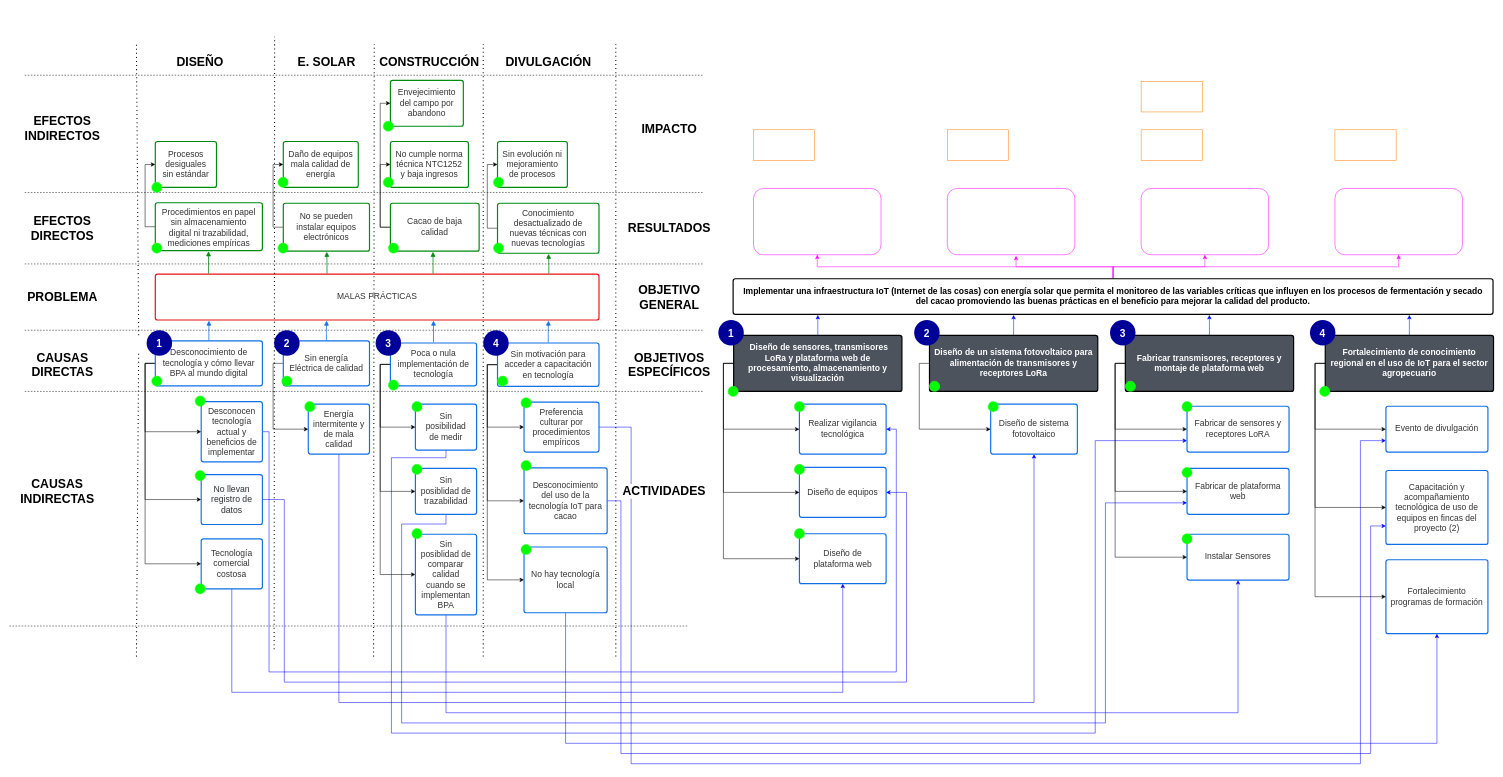
This is page "Arbol de problemas" (1 of 2) of Diagrama sin título.drawio from LeonDV/documentacion, a draw.io file, before an edit. Source tidied: cells renumbered, new cells numbered last; positions are measured from the earlier drawing's top-left corner, leaving out a move shared by most shapes. Both pictures are drawn from the tidied source at 51%, with x=0, y=0 at pixel (9, 36).
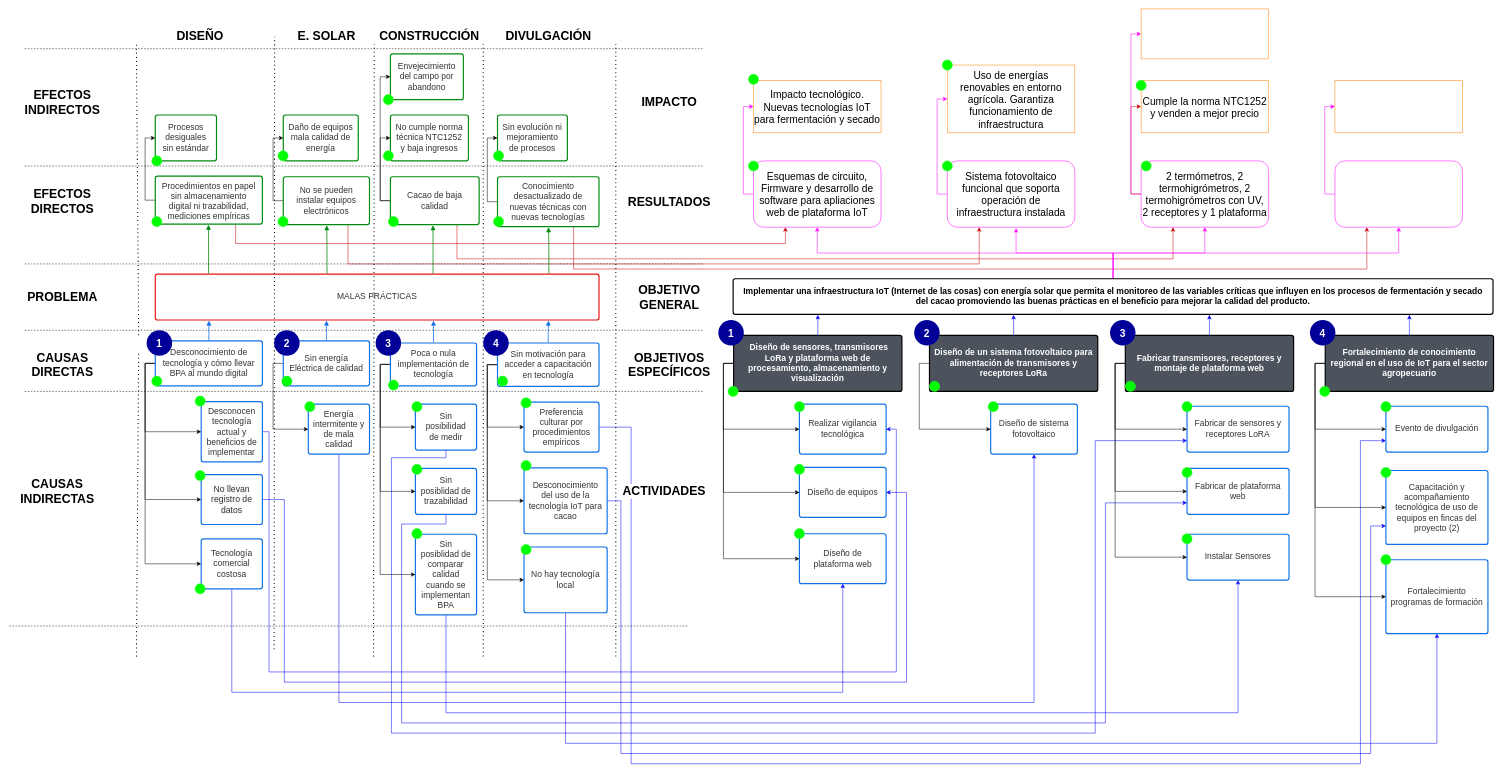
After the change.

Change to the diagram source:
```diff
@@
+    <mxCell id="173" style="edgeStyle=orthogonalEdgeStyle;rounded=0;jettySize=auto;html=1;exitX=0.75;exitY=1;exitDx=0;exitDy=0;entryX=0.25;entryY=1;entryDx=0;entryDy=0;strokeColor=#CC0000;fontFamily=Helvetica;fontSize=12;fontColor=default;" parent="1" edge="1" source="34" target="125">
+      <mxGeometry relative="1" as="geometry">
+        <Array as="points">
+          <mxPoint x="445" y="406" />
+          <mxPoint x="1523" y="406" />
+        </Array>
+      </mxGeometry>
+    </mxCell>
     <mxCell id="34" value="Procedimientos en papel sin almacenamiento digital ni trazabilidad, mediciones empíricas" style="html=1;overflow=block;blockSpacing=1;whiteSpace=wrap;fontSize=16.7;fontColor=#333333;align=center;spacing=9;strokeColor=#008a0e;strokeOpacity=100;rounded=1;absoluteArcSize=1;arcSize=9;strokeWidth=2.3;" parent="1" vertex="1">
-      <mxGeometry x="287" y="326" width="210" height="94" as="geometry" />
+      <mxGeometry x="287" y="274" width="210" height="94" as="geometry" />
     </mxCell>
@@
+    <mxCell id="174" style="edgeStyle=orthogonalEdgeStyle;rounded=0;jettySize=auto;html=1;exitX=0.75;exitY=1;exitDx=0;exitDy=0;entryX=0.25;entryY=1;entryDx=0;entryDy=0;strokeColor=#CC0000;fontFamily=Helvetica;fontSize=12;fontColor=default;" parent="1" edge="1" source="36" target="126">
+      <mxGeometry relative="1" as="geometry">
+        <Array as="points">
+          <mxPoint x="665" y="446" />
+          <mxPoint x="1903" y="446" />
+        </Array>
+      </mxGeometry>
+    </mxCell>
     <mxCell id="36" value="No se pueden instalar equipos electrónicos" style="html=1;overflow=block;blockSpacing=1;whiteSpace=wrap;fontSize=16.7;fontColor=#333333;align=center;spacing=9;strokeColor=#008a0e;strokeOpacity=100;rounded=1;absoluteArcSize=1;arcSize=9;strokeWidth=2.3;" parent="1" vertex="1">
-      <mxGeometry x="538" y="327" width="169" height="94" as="geometry" />
+      <mxGeometry x="538" y="275" width="169" height="94" as="geometry" />
     </mxCell>
@@
+    <mxCell id="175" style="edgeStyle=orthogonalEdgeStyle;rounded=0;jettySize=auto;html=1;exitX=0.75;exitY=1;exitDx=0;exitDy=0;entryX=0.25;entryY=1;entryDx=0;entryDy=0;strokeColor=#CC0000;fontFamily=Helvetica;fontSize=12;fontColor=default;" parent="1" edge="1" source="39" target="127">
+      <mxGeometry relative="1" as="geometry">
+        <Array as="points">
+          <mxPoint x="878" y="436" />
+          <mxPoint x="2283" y="436" />
+        </Array>
+      </mxGeometry>
+    </mxCell>
     <mxCell id="39" value="Cacao de baja calidad" style="html=1;overflow=block;blockSpacing=1;whiteSpace=wrap;fontSize=16.7;fontColor=#333333;align=center;spacing=9;strokeColor=#008a0e;strokeOpacity=100;rounded=1;absoluteArcSize=1;arcSize=9;strokeWidth=2.3;" parent="1" vertex="1">
-      <mxGeometry x="748" y="327" width="174" height="94" as="geometry" />
+      <mxGeometry x="748" y="275" width="174" height="94" as="geometry" />
     </mxCell>
@@
+    <mxCell id="176" style="edgeStyle=orthogonalEdgeStyle;rounded=0;jettySize=auto;html=1;exitX=0.75;exitY=1;exitDx=0;exitDy=0;entryX=0.25;entryY=1;entryDx=0;entryDy=0;strokeColor=#CC0000;fontFamily=Helvetica;fontSize=12;fontColor=default;" parent="1" edge="1" source="41" target="128">
+      <mxGeometry relative="1" as="geometry">
+        <Array as="points">
+          <mxPoint x="1107" y="456" />
+          <mxPoint x="2663" y="456" />
+        </Array>
+      </mxGeometry>
+    </mxCell>
     <mxCell id="41" value="Conocimiento desactualizado de nuevas técnicas con nuevas tecnologías" style="html=1;overflow=block;blockSpacing=1;whiteSpace=wrap;fontSize=16.7;fontColor=#333333;align=center;spacing=9;strokeColor=#008a0e;strokeOpacity=100;rounded=1;absoluteArcSize=1;arcSize=9;strokeWidth=2.3;" parent="1" vertex="1">
-      <mxGeometry x="958" y="327" width="199" height="98" as="geometry" />
+      <mxGeometry x="958" y="275" width="199" height="98" as="geometry" />
     </mxCell>
@@
     <mxCell id="46" value="Procesos desiguales sin estándar" style="html=1;overflow=block;blockSpacing=1;whiteSpace=wrap;fontSize=16.7;fontColor=#333333;align=center;spacing=9;strokeColor=#008a0e;strokeOpacity=100;rounded=1;absoluteArcSize=1;arcSize=9;strokeWidth=2.3;" parent="1" vertex="1">
-      <mxGeometry x="287" y="206" width="120" height="90" as="geometry" />
+      <mxGeometry x="287" y="154" width="120" height="90" as="geometry" />
     </mxCell>
     <mxCell id="47" value="Daño de equipos mala calidad de energía" style="html=1;overflow=block;blockSpacing=1;whiteSpace=wrap;fontSize=16.7;fontColor=#333333;align=center;spacing=9;strokeColor=#008a0e;strokeOpacity=100;rounded=1;absoluteArcSize=1;arcSize=9;strokeWidth=2.3;" parent="1" vertex="1">
-      <mxGeometry x="538" y="206" width="147" height="90" as="geometry" />
+      <mxGeometry x="538" y="154" width="147" height="90" as="geometry" />
     </mxCell>
     <mxCell id="48" value="No cumple norma técnica NTC1252 y baja ingresos" style="html=1;overflow=block;blockSpacing=1;whiteSpace=wrap;fontSize=16.7;fontColor=#333333;align=center;spacing=9;strokeColor=#008a0e;strokeOpacity=100;rounded=1;absoluteArcSize=1;arcSize=9;strokeWidth=2.3;" parent="1" vertex="1">
-      <mxGeometry x="748" y="206" width="153" height="90" as="geometry" />
+      <mxGeometry x="748" y="154" width="153" height="90" as="geometry" />
     </mxCell>
     <mxCell id="49" value="Sin evolución ni mejoramiento de procesos" style="html=1;overflow=block;blockSpacing=1;whiteSpace=wrap;fontSize=16.7;fontColor=#333333;align=center;spacing=9;strokeColor=#008a0e;strokeOpacity=100;rounded=1;absoluteArcSize=1;arcSize=9;strokeWidth=2.3;" parent="1" vertex="1">
-      <mxGeometry x="958" y="206" width="137" height="90" as="geometry" />
+      <mxGeometry x="958" y="154" width="137" height="90" as="geometry" />
     </mxCell>
     <mxCell id="50" value="Envejecimiento del campo por abandono" style="html=1;overflow=block;blockSpacing=1;whiteSpace=wrap;fontSize=16.7;fontColor=#333333;align=center;spacing=9;strokeColor=#008a0e;strokeOpacity=100;rounded=1;absoluteArcSize=1;arcSize=9;strokeWidth=2.3;" parent="1" vertex="1">
-      <mxGeometry x="748" y="86" width="143" height="90" as="geometry" />
+      <mxGeometry x="748" y="34" width="143" height="90" as="geometry" />
     </mxCell>
@@
     <mxCell id="57" value="&lt;span style=&quot;font-size: 24px;&quot;&gt;&lt;b&gt;E. SOLAR&lt;/b&gt;&lt;/span&gt;" style="text;html=1;strokeColor=none;fillColor=none;align=center;verticalAlign=middle;whiteSpace=wrap;rounded=0;labelBackgroundColor=#ffffff;" parent="1" vertex="1">
-      <mxGeometry x="547.5" y="36" width="150" height="30" as="geometry" />
+      <mxGeometry x="547.5" y="-16" width="150" height="30" as="geometry" />
     </mxCell>
     <mxCell id="58" value="&lt;span style=&quot;font-size: 24px;&quot;&gt;&lt;b&gt;CONSTRUCCIÓN&lt;/b&gt;&lt;/span&gt;" style="text;html=1;strokeColor=none;fillColor=none;align=center;verticalAlign=middle;whiteSpace=wrap;rounded=0;labelBackgroundColor=#ffffff;" parent="1" vertex="1">
-      <mxGeometry x="710" y="36" width="229" height="30" as="geometry" />
+      <mxGeometry x="710" y="-16" width="229" height="30" as="geometry" />
     </mxCell>
     <mxCell id="59" value="&lt;font style=&quot;font-size: 24px;&quot;&gt;&lt;b&gt;DIVULGACIÓN&lt;/b&gt;&lt;/font&gt;" style="text;html=1;strokeColor=none;fillColor=none;align=center;verticalAlign=middle;whiteSpace=wrap;rounded=0;labelBackgroundColor=#ffffff;" parent="1" vertex="1">
-      <mxGeometry x="963.8" y="36" width="187.5" height="30" as="geometry" />
+      <mxGeometry x="963.8" y="-16" width="187.5" height="30" as="geometry" />
     </mxCell>
@@
     <mxCell id="64" style="endArrow=none;dashed=1;html=1;rounded=0;fontSize=18;" parent="1" edge="1">
       <mxGeometry relative="1" as="geometry">
-        <mxPoint x="1360" y="306" as="sourcePoint" />
-        <mxPoint x="30" y="306" as="targetPoint" />
+        <mxPoint x="1360" y="254" as="sourcePoint" />
+        <mxPoint x="30" y="254" as="targetPoint" />
       </mxGeometry>
     </mxCell>
     <mxCell id="65" style="endArrow=none;dashed=1;html=1;rounded=0;fontSize=18;" parent="1" edge="1">
       <mxGeometry relative="1" as="geometry">
-        <mxPoint x="1360" y="76" as="sourcePoint" />
-        <mxPoint x="30" y="76" as="targetPoint" />
+        <mxPoint x="1360" y="24" as="sourcePoint" />
+        <mxPoint x="30" y="24" as="targetPoint" />
       </mxGeometry>
     </mxCell>
@@
     <mxCell id="68" value="&lt;span style=&quot;font-size: 24px;&quot;&gt;&lt;b&gt;RESULTADOS&lt;/b&gt;&lt;/span&gt;" style="text;html=1;strokeColor=none;fillColor=none;align=center;verticalAlign=middle;whiteSpace=wrap;rounded=0;labelBackgroundColor=#ffffff;" parent="1" vertex="1">
-      <mxGeometry x="1200" y="361" width="190" height="30" as="geometry" />
+      <mxGeometry x="1200" y="309" width="190" height="30" as="geometry" />
     </mxCell>
     <mxCell id="69" value="&lt;span style=&quot;font-size: 24px;&quot;&gt;&lt;b&gt;IMPACTO&lt;/b&gt;&lt;/span&gt;" style="text;html=1;strokeColor=none;fillColor=none;align=center;verticalAlign=middle;whiteSpace=wrap;rounded=0;labelBackgroundColor=#ffffff;" parent="1" vertex="1">
-      <mxGeometry x="1200" y="166" width="190" height="30" as="geometry" />
+      <mxGeometry x="1200" y="114" width="190" height="30" as="geometry" />
     </mxCell>
     <mxCell id="70" value="&lt;span style=&quot;font-size: 24px;&quot;&gt;&lt;b&gt;DISEÑO&lt;/b&gt;&lt;/span&gt;" style="text;html=1;strokeColor=none;fillColor=none;align=center;verticalAlign=middle;whiteSpace=wrap;rounded=0;labelBackgroundColor=#ffffff;" parent="1" vertex="1">
-      <mxGeometry x="280" y="36" width="190" height="30" as="geometry" />
+      <mxGeometry x="280" y="-16" width="190" height="30" as="geometry" />
     </mxCell>
@@
     <mxCell id="113" value="&lt;span style=&quot;font-size: 24px;&quot;&gt;&lt;b&gt;EFECTOS DIRECTOS&lt;/b&gt;&lt;/span&gt;" style="text;html=1;strokeColor=none;fillColor=none;align=center;verticalAlign=middle;whiteSpace=wrap;rounded=0;labelBackgroundColor=#ffffff;" parent="1" vertex="1">
-      <mxGeometry x="10" y="361" width="190" height="30" as="geometry" />
+      <mxGeometry x="10" y="309" width="190" height="30" as="geometry" />
     </mxCell>
     <mxCell id="114" value="&lt;span style=&quot;font-size: 24px;&quot;&gt;&lt;b&gt;EFECTOS INDIRECTOS&lt;/b&gt;&lt;/span&gt;" style="text;html=1;strokeColor=none;fillColor=none;align=center;verticalAlign=middle;whiteSpace=wrap;rounded=0;labelBackgroundColor=#ffffff;" parent="1" vertex="1">
-      <mxGeometry x="10" y="166" width="190" height="30" as="geometry" />
+      <mxGeometry x="10" y="114" width="190" height="30" as="geometry" />
     </mxCell>
@@
+    <mxCell id="177" style="edgeStyle=orthogonalEdgeStyle;rounded=0;jettySize=auto;html=1;exitX=0;exitY=0.5;exitDx=0;exitDy=0;entryX=0;entryY=0.5;entryDx=0;entryDy=0;strokeColor=#FF00FF;fontFamily=Helvetica;fontSize=12;fontColor=default;" parent="1" edge="1" source="125" target="129">
+      <mxGeometry relative="1" as="geometry" />
+    </mxCell>
-    <mxCell id="125" style="rounded=1;whiteSpace=wrap;html=1;labelBackgroundColor=none;fontSize=20;fontColor=#000000;fillColor=#FFFFFF;strokeColor=#FF00FF;" parent="1" vertex="1">
-      <mxGeometry x="1460" y="298" width="250" height="130" as="geometry" />
+    <mxCell id="125" value="Esquemas de circuito, Firmware y desarrollo de software para apliaciones web de plataforma IoT" style="rounded=1;whiteSpace=wrap;html=1;labelBackgroundColor=none;fontSize=20;fontColor=#000000;fillColor=#FFFFFF;strokeColor=#FF00FF;" parent="1" vertex="1">
+      <mxGeometry x="1460" y="244" width="250" height="130" as="geometry" />
     </mxCell>
+    <mxCell id="178" style="edgeStyle=orthogonalEdgeStyle;rounded=0;jettySize=auto;html=1;exitX=0;exitY=0.5;exitDx=0;exitDy=0;entryX=0;entryY=0.5;entryDx=0;entryDy=0;strokeColor=#FF00FF;fontFamily=Helvetica;fontSize=12;fontColor=default;" parent="1" edge="1" source="126" target="130">
+      <mxGeometry relative="1" as="geometry" />
+    </mxCell>
-    <mxCell id="126" style="rounded=1;whiteSpace=wrap;html=1;labelBackgroundColor=none;fontSize=20;fontColor=#000000;fillColor=#FFFFFF;strokeColor=#FF00FF;" parent="1" vertex="1">
-      <mxGeometry x="1840" y="298" width="250" height="130" as="geometry" />
+    <mxCell id="126" value="Sistema fotovoltaico funcional que soporta operación de infraestructura instalada" style="rounded=1;whiteSpace=wrap;html=1;labelBackgroundColor=none;fontSize=20;fontColor=#000000;fillColor=#FFFFFF;strokeColor=#FF00FF;" parent="1" vertex="1">
+      <mxGeometry x="1840" y="244" width="250" height="130" as="geometry" />
     </mxCell>
+    <mxCell id="179" style="edgeStyle=orthogonalEdgeStyle;rounded=0;jettySize=auto;html=1;exitX=0;exitY=0.5;exitDx=0;exitDy=0;entryX=0;entryY=0.5;entryDx=0;entryDy=0;strokeColor=#CC0000;fontFamily=Helvetica;fontSize=12;fontColor=default;" parent="1" edge="1" source="127" target="131">
+      <mxGeometry relative="1" as="geometry" />
+    </mxCell>
+    <mxCell id="180" style="edgeStyle=orthogonalEdgeStyle;rounded=0;jettySize=auto;html=1;exitX=0;exitY=0.5;exitDx=0;exitDy=0;entryX=0;entryY=0.5;entryDx=0;entryDy=0;strokeColor=#FF00FF;fontFamily=Helvetica;fontSize=12;fontColor=default;" parent="1" edge="1" source="127" target="132">
+      <mxGeometry relative="1" as="geometry" />
+    </mxCell>
-    <mxCell id="127" style="rounded=1;whiteSpace=wrap;html=1;labelBackgroundColor=none;fontSize=20;fontColor=#000000;fillColor=#FFFFFF;strokeColor=#FF00FF;" parent="1" vertex="1">
-      <mxGeometry x="2220" y="298" width="250" height="130" as="geometry" />
+    <mxCell id="127" value="2 termómetros, 2 termohigrómetros, 2 termohigrómetros con UV, 2 receptores y 1 plataforma" style="rounded=1;whiteSpace=wrap;html=1;labelBackgroundColor=none;fontSize=20;fontColor=#000000;fillColor=#FFFFFF;strokeColor=#FF00FF;" parent="1" vertex="1">
+      <mxGeometry x="2220" y="244" width="250" height="130" as="geometry" />
     </mxCell>
+    <mxCell id="181" style="edgeStyle=orthogonalEdgeStyle;rounded=0;jettySize=auto;html=1;exitX=0;exitY=0.5;exitDx=0;exitDy=0;entryX=0;entryY=0.5;entryDx=0;entryDy=0;strokeColor=#FF00FF;fontFamily=Helvetica;fontSize=12;fontColor=default;" parent="1" edge="1" source="128" target="133">
+      <mxGeometry relative="1" as="geometry" />
+    </mxCell>
     <mxCell id="128" style="rounded=1;whiteSpace=wrap;html=1;labelBackgroundColor=none;fontSize=20;fontColor=#000000;fillColor=#FFFFFF;strokeColor=#FF00FF;" parent="1" vertex="1">
-      <mxGeometry x="2600" y="298" width="250" height="130" as="geometry" />
+      <mxGeometry x="2600" y="244" width="250" height="130" as="geometry" />
     </mxCell>
-    <mxCell id="129" style="rounded=0;whiteSpace=wrap;html=1;labelBackgroundColor=none;strokeColor=#FF8000;fontSize=20;fontColor=#000000;fillColor=#FFFFFF;" parent="1" vertex="1">
-      <mxGeometry x="1460" y="183" width="120" height="60" as="geometry" />
+    <mxCell id="129" value="Impacto tecnológico. Nuevas tecnologías IoT para fermentación y secado" style="rounded=0;whiteSpace=wrap;html=1;labelBackgroundColor=none;strokeColor=#FF8000;fontSize=20;fontColor=#000000;fillColor=#FFFFFF;" parent="1" vertex="1">
+      <mxGeometry x="1460" y="86" width="250" height="103" as="geometry" />
     </mxCell>
-    <mxCell id="130" style="rounded=0;whiteSpace=wrap;html=1;labelBackgroundColor=none;strokeColor=#FF8000;fontSize=20;fontColor=#000000;fillColor=#FFFFFF;" parent="1" vertex="1">
-      <mxGeometry x="1840" y="183" width="120" height="60" as="geometry" />
+    <mxCell id="130" value="Uso de energías renovables en entorno agrícola. Garantiza funcionamiento de infraestructura" style="rounded=0;whiteSpace=wrap;html=1;labelBackgroundColor=none;strokeColor=#FF8000;fontSize=20;fontColor=#000000;fillColor=#FFFFFF;" parent="1" vertex="1">
+      <mxGeometry x="1840" y="56" width="250" height="133" as="geometry" />
     </mxCell>
-    <mxCell id="131" style="rounded=0;whiteSpace=wrap;html=1;labelBackgroundColor=none;strokeColor=#FF8000;fontSize=20;fontColor=#000000;fillColor=#FFFFFF;" parent="1" vertex="1">
-      <mxGeometry x="2220" y="183" width="120" height="60" as="geometry" />
+    <mxCell id="131" value="Cumple la norma NTC1252 y venden a mejor precio" style="rounded=0;whiteSpace=wrap;html=1;labelBackgroundColor=none;strokeColor=#FF8000;fontSize=20;fontColor=#000000;fillColor=#FFFFFF;" parent="1" vertex="1">
+      <mxGeometry x="2220" y="86" width="250" height="103" as="geometry" />
     </mxCell>
     <mxCell id="132" style="rounded=0;whiteSpace=wrap;html=1;labelBackgroundColor=none;strokeColor=#FF8000;fontSize=20;fontColor=#000000;fillColor=#FFFFFF;" parent="1" vertex="1">
-      <mxGeometry x="2220" y="88" width="120" height="60" as="geometry" />
+      <mxGeometry x="2220" y="-54" width="250" height="98" as="geometry" />
     </mxCell>
     <mxCell id="133" style="rounded=0;whiteSpace=wrap;html=1;labelBackgroundColor=none;strokeColor=#FF8000;fontSize=20;fontColor=#000000;fillColor=#FFFFFF;" parent="1" vertex="1">
-      <mxGeometry x="2600" y="183" width="120" height="60" as="geometry" />
+      <mxGeometry x="2600" y="86" width="250" height="103" as="geometry" />
     </mxCell>
@@
     <mxCell id="153" style="ellipse;whiteSpace=wrap;html=1;labelBackgroundColor=default;strokeColor=#33FF33;fontFamily=Helvetica;fontSize=12;fontColor=default;fillColor=#00FF00;" parent="1" vertex="1">
-      <mxGeometry x="280" y="405" width="20" height="20" as="geometry" />
+      <mxGeometry x="280" y="353" width="20" height="20" as="geometry" />
     </mxCell>
     <mxCell id="154" style="ellipse;whiteSpace=wrap;html=1;labelBackgroundColor=default;strokeColor=#33FF33;fontFamily=Helvetica;fontSize=12;fontColor=default;fillColor=#00FF00;" parent="1" vertex="1">
-      <mxGeometry x="280" y="286" width="20" height="20" as="geometry" />
+      <mxGeometry x="280" y="234" width="20" height="20" as="geometry" />
     </mxCell>
     <mxCell id="155" style="ellipse;whiteSpace=wrap;html=1;labelBackgroundColor=default;strokeColor=#33FF33;fontFamily=Helvetica;fontSize=12;fontColor=default;fillColor=#00FF00;" parent="1" vertex="1">
-      <mxGeometry x="527.5" y="405" width="20" height="20" as="geometry" />
+      <mxGeometry x="527.5" y="353" width="20" height="20" as="geometry" />
     </mxCell>
     <mxCell id="156" style="ellipse;whiteSpace=wrap;html=1;labelBackgroundColor=default;strokeColor=#33FF33;fontFamily=Helvetica;fontSize=12;fontColor=default;fillColor=#00FF00;" parent="1" vertex="1">
-      <mxGeometry x="527.5" y="276" width="20" height="20" as="geometry" />
+      <mxGeometry x="527.5" y="224" width="20" height="20" as="geometry" />
     </mxCell>
     <mxCell id="157" style="ellipse;whiteSpace=wrap;html=1;labelBackgroundColor=default;strokeColor=#33FF33;fontFamily=Helvetica;fontSize=12;fontColor=default;fillColor=#00FF00;" parent="1" vertex="1">
-      <mxGeometry x="744" y="405" width="20" height="20" as="geometry" />
+      <mxGeometry x="744" y="353" width="20" height="20" as="geometry" />
     </mxCell>
     <mxCell id="158" style="ellipse;whiteSpace=wrap;html=1;labelBackgroundColor=default;strokeColor=#33FF33;fontFamily=Helvetica;fontSize=12;fontColor=default;fillColor=#00FF00;" parent="1" vertex="1">
-      <mxGeometry x="734" y="276" width="20" height="20" as="geometry" />
+      <mxGeometry x="734" y="224" width="20" height="20" as="geometry" />
     </mxCell>
     <mxCell id="159" style="ellipse;whiteSpace=wrap;html=1;labelBackgroundColor=default;strokeColor=#33FF33;fontFamily=Helvetica;fontSize=12;fontColor=default;fillColor=#00FF00;" parent="1" vertex="1">
-      <mxGeometry x="734" y="166" width="20" height="20" as="geometry" />
+      <mxGeometry x="734" y="114" width="20" height="20" as="geometry" />
     </mxCell>
     <mxCell id="160" style="ellipse;whiteSpace=wrap;html=1;labelBackgroundColor=default;strokeColor=#33FF33;fontFamily=Helvetica;fontSize=12;fontColor=default;fillColor=#00FF00;" parent="1" vertex="1">
-      <mxGeometry x="950" y="405" width="20" height="20" as="geometry" />
+      <mxGeometry x="950" y="353" width="20" height="20" as="geometry" />
     </mxCell>
     <mxCell id="161" style="ellipse;whiteSpace=wrap;html=1;labelBackgroundColor=default;strokeColor=#33FF33;fontFamily=Helvetica;fontSize=12;fontColor=default;fillColor=#00FF00;" parent="1" vertex="1">
-      <mxGeometry x="950" y="276" width="20" height="20" as="geometry" />
+      <mxGeometry x="950" y="224" width="20" height="20" as="geometry" />
     </mxCell>
@@
+    <mxCell id="182" style="ellipse;whiteSpace=wrap;html=1;labelBackgroundColor=default;strokeColor=#33FF33;fontFamily=Helvetica;fontSize=12;fontColor=default;fillColor=#00FF00;" parent="1" vertex="1">
+      <mxGeometry x="2690" y="716" width="20" height="20" as="geometry" />
+    </mxCell>
+    <mxCell id="183" style="ellipse;whiteSpace=wrap;html=1;labelBackgroundColor=default;strokeColor=#33FF33;fontFamily=Helvetica;fontSize=12;fontColor=default;fillColor=#00FF00;" parent="1" vertex="1">
+      <mxGeometry x="2690" y="845" width="20" height="20" as="geometry" />
+    </mxCell>
+    <mxCell id="184" style="ellipse;whiteSpace=wrap;html=1;labelBackgroundColor=default;strokeColor=#33FF33;fontFamily=Helvetica;fontSize=12;fontColor=default;fillColor=#00FF00;" parent="1" vertex="1">
+      <mxGeometry x="2690" y="1016" width="20" height="20" as="geometry" />
+    </mxCell>
+    <mxCell id="185" style="ellipse;whiteSpace=wrap;html=1;labelBackgroundColor=default;strokeColor=#33FF33;fontFamily=Helvetica;fontSize=12;fontColor=default;fillColor=#00FF00;" parent="1" vertex="1">
+      <mxGeometry x="1450" y="74" width="20" height="20" as="geometry" />
+    </mxCell>
+    <mxCell id="186" style="ellipse;whiteSpace=wrap;html=1;labelBackgroundColor=default;strokeColor=#33FF33;fontFamily=Helvetica;fontSize=12;fontColor=default;fillColor=#00FF00;" parent="1" vertex="1">
+      <mxGeometry x="1450" y="244" width="20" height="20" as="geometry" />
+    </mxCell>
+    <mxCell id="187" style="ellipse;whiteSpace=wrap;html=1;labelBackgroundColor=default;strokeColor=#33FF33;fontFamily=Helvetica;fontSize=12;fontColor=default;fillColor=#00FF00;" parent="1" vertex="1">
+      <mxGeometry x="1830" y="244" width="20" height="20" as="geometry" />
+    </mxCell>
+    <mxCell id="188" style="ellipse;whiteSpace=wrap;html=1;labelBackgroundColor=default;strokeColor=#33FF33;fontFamily=Helvetica;fontSize=12;fontColor=default;fillColor=#00FF00;" parent="1" vertex="1">
+      <mxGeometry x="1830" y="46" width="20" height="20" as="geometry" />
+    </mxCell>
+    <mxCell id="189" style="ellipse;whiteSpace=wrap;html=1;labelBackgroundColor=default;strokeColor=#33FF33;fontFamily=Helvetica;fontSize=12;fontColor=default;fillColor=#00FF00;" parent="1" vertex="1">
+      <mxGeometry x="2220" y="244" width="20" height="20" as="geometry" />
+    </mxCell>
+    <mxCell id="190" style="ellipse;whiteSpace=wrap;html=1;labelBackgroundColor=default;strokeColor=#33FF33;fontFamily=Helvetica;fontSize=12;fontColor=default;fillColor=#00FF00;" parent="1" vertex="1">
+      <mxGeometry x="2210" y="86" width="20" height="20" as="geometry" />
+    </mxCell>
```
